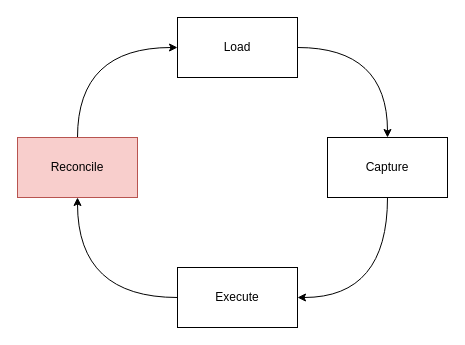
Earlier version of the draw.io diagram page "loop" (2 of 3) of docs/architecture/architecture.drawio (Todor-Boev-IBM/ratchet). Source tidied: cells renumbered, new cells numbered last; positions are measured from the earlier drawing's top-left corner, leaving out a move shared by most shapes. Both pictures are drawn from the tidied source at 100%, with x=0, y=0 at pixel (17, 17).
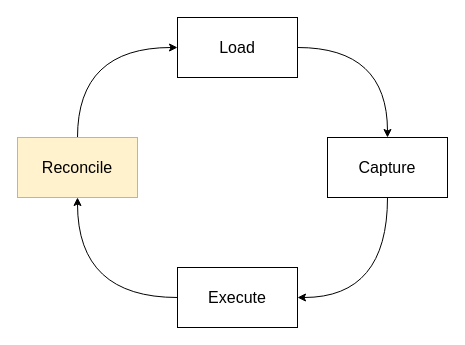
The same page after the edit.

The edit, as a diff of the source:
```diff
@@
 <mxGraphModel>
   <root>
     <mxCell id="0" />
     <mxCell id="1" parent="0" />
     <mxCell id="2" style="edgeStyle=orthogonalEdgeStyle;rounded=0;jettySize=auto;html=1;exitX=1;exitY=0.5;exitDx=0;exitDy=0;entryX=0.5;entryY=0;entryDx=0;entryDy=0;curved=1;" parent="1" edge="1" source="3" target="5">
       <mxGeometry relative="1" as="geometry" />
     </mxCell>
-    <mxCell id="3" value="Load" style="rounded=0;whiteSpace=wrap;html=1;" parent="1" vertex="1">
+    <mxCell id="3" value="Load" style="rounded=0;whiteSpace=wrap;html=1;fontSize=16;" parent="1" vertex="1">
       <mxGeometry x="160" width="120" height="60" as="geometry" />
     </mxCell>
     <mxCell id="4" style="edgeStyle=orthogonalEdgeStyle;rounded=0;jettySize=auto;html=1;exitX=0;exitY=0.5;exitDx=0;exitDy=0;entryX=0.5;entryY=1;entryDx=0;entryDy=0;curved=1;" parent="1" edge="1" source="9" target="7">
       <mxGeometry relative="1" as="geometry" />
     </mxCell>
-    <mxCell id="5" value="Capture" style="rounded=0;whiteSpace=wrap;html=1;" parent="1" vertex="1">
+    <mxCell id="5" value="Capture" style="rounded=0;whiteSpace=wrap;html=1;fontSize=16;" parent="1" vertex="1">
       <mxGeometry x="310" y="120" width="120" height="60" as="geometry" />
     </mxCell>
     <mxCell id="6" style="edgeStyle=orthogonalEdgeStyle;rounded=0;jettySize=auto;html=1;exitX=0.5;exitY=0;exitDx=0;exitDy=0;entryX=0;entryY=0.5;entryDx=0;entryDy=0;curved=1;" parent="1" edge="1" source="7" target="3">
       <mxGeometry relative="1" as="geometry" />
     </mxCell>
-    <mxCell id="7" value="Reconcile" style="rounded=0;whiteSpace=wrap;html=1;fillColor=#f8cecc;strokeColor=#b85450;" parent="1" vertex="1">
+    <mxCell id="7" value="Reconcile" style="rounded=0;whiteSpace=wrap;html=1;fontSize=16;fillColor=#fff2cc;strokeColor=#d6b656;" parent="1" vertex="1">
       <mxGeometry y="120" width="120" height="60" as="geometry" />
     </mxCell>
     <mxCell id="8" style="edgeStyle=orthogonalEdgeStyle;rounded=0;jettySize=auto;html=1;exitX=0.5;exitY=1;exitDx=0;exitDy=0;entryX=1;entryY=0.5;entryDx=0;entryDy=0;curved=1;" parent="1" edge="1" source="5" target="9">
       <mxGeometry relative="1" as="geometry" />
     </mxCell>
-    <mxCell id="9" value="Execute" style="rounded=0;whiteSpace=wrap;html=1;" parent="1" vertex="1">
+    <mxCell id="9" value="Execute" style="rounded=0;whiteSpace=wrap;html=1;fontSize=16;" parent="1" vertex="1">
       <mxGeometry x="160" y="250" width="120" height="60" as="geometry" />
     </mxCell>
   </root>
 </mxGraphModel>
```
